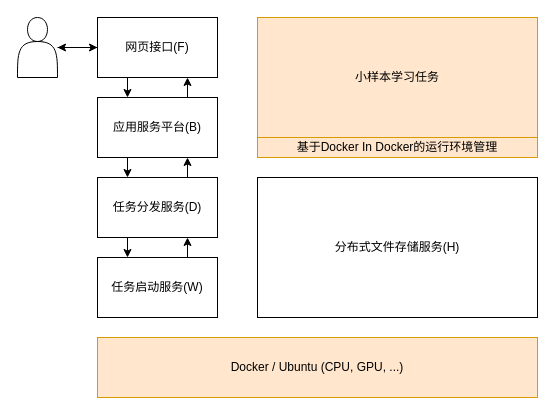
foreignbill/drawio keeps this draw.io diagram as structure.drawio. Above is the earlier version. Source tidied: cells renumbered, new cells numbered last; positions are measured from the earlier drawing's top-left corner, leaving out a move shared by most shapes. Both pictures are drawn from the tidied source at 100%, with x=0, y=0 at pixel (17, 17).
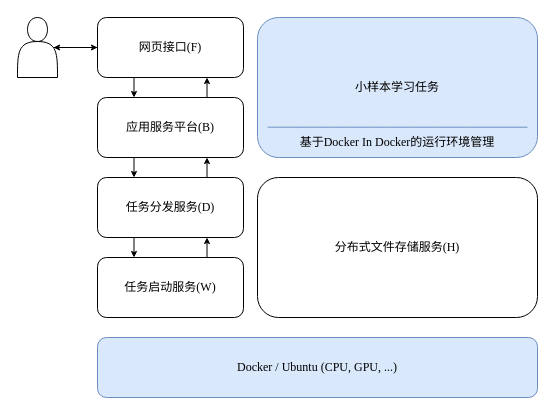
The same page after the edit.

Unchanged cells that the change refers to:
```xml
<mxCell id="3" style="shape=actor;whiteSpace=wrap;html=1;" parent="1" vertex="1">
  <mxGeometry width="40" height="60" as="geometry" />
</mxCell>
```

Change to the diagram source:
```diff
@@
-    <mxCell id="2" style="edgeStyle=orthogonalEdgeStyle;rounded=0;jettySize=auto;html=1;" parent="1" edge="1" source="3" target="6">
+    <mxCell id="2" style="edgeStyle=orthogonalEdgeStyle;curved=1;rounded=0;jettySize=auto;html=1;exitX=0.9;exitY=0.5;exitDx=0;exitDy=0;exitPerimeter=0;entryX=0;entryY=0.5;entryDx=0;entryDy=0;fontFamily=Times New Roman;fontSize=12;startSize=4;endSize=4;" parent="1" edge="1" source="3" target="6">
       <mxGeometry relative="1" as="geometry" />
     </mxCell>
@@
+    <mxCell id="5" style="edgeStyle=orthogonalEdgeStyle;rounded=0;jettySize=auto;html=1;exitX=0.25;exitY=1;exitDx=0;exitDy=0;entryX=0.25;entryY=0;entryDx=0;entryDy=0;fontSize=12;endSize=4;startSize=4;" parent="1" edge="1" source="6" target="9">
+      <mxGeometry relative="1" as="geometry" />
+    </mxCell>
-    <mxCell id="4" style="edgeStyle=orthogonalEdgeStyle;rounded=0;jettySize=auto;html=1;" parent="1" edge="1" source="6" target="3">
+    <mxCell id="4" style="edgeStyle=orthogonalEdgeStyle;curved=1;rounded=0;jettySize=auto;html=1;exitX=0;exitY=0.5;exitDx=0;exitDy=0;entryX=0.9;entryY=0.5;entryDx=0;entryDy=0;entryPerimeter=0;fontFamily=Times New Roman;fontSize=12;startSize=4;endSize=4;" parent="1" edge="1" source="6" target="3">
       <mxGeometry relative="1" as="geometry" />
     </mxCell>
-    <mxCell id="5" style="edgeStyle=orthogonalEdgeStyle;rounded=0;jettySize=auto;html=1;exitX=0.25;exitY=1;exitDx=0;exitDy=0;entryX=0.25;entryY=0;entryDx=0;entryDy=0;fontSize=12;" parent="1" edge="1" source="6" target="9">
-      <mxGeometry relative="1" as="geometry" />
-    </mxCell>
-    <mxCell id="6" value="网页接口(F)" style="rounded=0;whiteSpace=wrap;html=1;" parent="1" vertex="1">
-      <mxGeometry x="80" width="120" height="60" as="geometry" />
+    <mxCell id="6" value="网页接口(F)" style="rounded=1;whiteSpace=wrap;html=1;fontFamily=Times New Roman;" parent="1" vertex="1">
+      <mxGeometry x="80" width="146" height="60" as="geometry" />
     </mxCell>
-    <mxCell id="7" style="edgeStyle=orthogonalEdgeStyle;rounded=0;jettySize=auto;html=1;exitX=0.75;exitY=0;exitDx=0;exitDy=0;entryX=0.75;entryY=1;entryDx=0;entryDy=0;fontSize=12;" parent="1" edge="1" source="9" target="6">
+    <mxCell id="7" style="edgeStyle=orthogonalEdgeStyle;rounded=0;jettySize=auto;html=1;exitX=0.75;exitY=0;exitDx=0;exitDy=0;entryX=0.75;entryY=1;entryDx=0;entryDy=0;fontSize=12;endSize=4;startSize=4;" parent="1" edge="1" source="9" target="6">
       <mxGeometry relative="1" as="geometry" />
     </mxCell>
-    <mxCell id="8" style="edgeStyle=orthogonalEdgeStyle;rounded=0;jettySize=auto;html=1;exitX=0.25;exitY=1;exitDx=0;exitDy=0;entryX=0.25;entryY=0;entryDx=0;entryDy=0;fontSize=12;" parent="1" edge="1" source="9" target="12">
+    <mxCell id="8" style="edgeStyle=orthogonalEdgeStyle;rounded=0;jettySize=auto;html=1;exitX=0.25;exitY=1;exitDx=0;exitDy=0;entryX=0.25;entryY=0;entryDx=0;entryDy=0;fontSize=12;endSize=4;startSize=4;" parent="1" edge="1" source="9" target="12">
       <mxGeometry relative="1" as="geometry" />
     </mxCell>
-    <mxCell id="9" value="应用服务平台(B)" style="rounded=0;whiteSpace=wrap;html=1;" parent="1" vertex="1">
-      <mxGeometry x="80" y="80" width="120" height="60" as="geometry" />
+    <mxCell id="9" value="应用服务平台(B)" style="rounded=1;whiteSpace=wrap;html=1;fontFamily=Times New Roman;" parent="1" vertex="1">
+      <mxGeometry x="80" y="80" width="146" height="60" as="geometry" />
     </mxCell>
-    <mxCell id="10" style="edgeStyle=orthogonalEdgeStyle;rounded=0;jettySize=auto;html=1;exitX=0.75;exitY=0;exitDx=0;exitDy=0;entryX=0.75;entryY=1;entryDx=0;entryDy=0;fontSize=12;" parent="1" edge="1" source="12" target="9">
+    <mxCell id="10" style="edgeStyle=orthogonalEdgeStyle;rounded=0;jettySize=auto;html=1;exitX=0.75;exitY=0;exitDx=0;exitDy=0;entryX=0.75;entryY=1;entryDx=0;entryDy=0;fontSize=12;endSize=4;startSize=4;" parent="1" edge="1" source="12" target="9">
       <mxGeometry relative="1" as="geometry" />
     </mxCell>
-    <mxCell id="11" style="edgeStyle=orthogonalEdgeStyle;rounded=0;jettySize=auto;html=1;exitX=0.25;exitY=1;exitDx=0;exitDy=0;entryX=0.25;entryY=0;entryDx=0;entryDy=0;fontSize=12;" parent="1" edge="1" source="12" target="15">
+    <mxCell id="11" style="edgeStyle=orthogonalEdgeStyle;rounded=0;jettySize=auto;html=1;exitX=0.25;exitY=1;exitDx=0;exitDy=0;entryX=0.25;entryY=0;entryDx=0;entryDy=0;fontSize=12;endSize=4;startSize=4;" parent="1" edge="1" source="12" target="15">
       <mxGeometry relative="1" as="geometry" />
     </mxCell>
-    <mxCell id="12" value="任务分发服务(D)" style="rounded=0;whiteSpace=wrap;html=1;" parent="1" vertex="1">
-      <mxGeometry x="80" y="160" width="120" height="60" as="geometry" />
+    <mxCell id="12" value="任务分发服务(D)" style="rounded=1;whiteSpace=wrap;html=1;fontFamily=Times New Roman;" parent="1" vertex="1">
+      <mxGeometry x="80" y="160" width="146" height="60" as="geometry" />
     </mxCell>
-    <mxCell id="13" value="分布式文件存储服务(H)" style="rounded=0;whiteSpace=wrap;html=1;" parent="1" vertex="1">
+    <mxCell id="13" value="分布式文件存储服务(H)" style="rounded=1;whiteSpace=wrap;html=1;fontFamily=Times New Roman;" parent="1" vertex="1">
       <mxGeometry x="240" y="160" width="280" height="140" as="geometry" />
     </mxCell>
-    <mxCell id="14" style="edgeStyle=orthogonalEdgeStyle;rounded=0;jettySize=auto;html=1;exitX=0.75;exitY=0;exitDx=0;exitDy=0;entryX=0.75;entryY=1;entryDx=0;entryDy=0;fontSize=12;" parent="1" edge="1" source="15" target="12">
+    <mxCell id="14" style="edgeStyle=orthogonalEdgeStyle;rounded=0;jettySize=auto;html=1;exitX=0.75;exitY=0;exitDx=0;exitDy=0;entryX=0.75;entryY=1;entryDx=0;entryDy=0;fontSize=12;endSize=4;startSize=4;" parent="1" edge="1" source="15" target="12">
       <mxGeometry relative="1" as="geometry" />
     </mxCell>
-    <mxCell id="15" value="任务启动服务(W)" style="rounded=0;whiteSpace=wrap;html=1;" parent="1" vertex="1">
-      <mxGeometry x="80" y="240" width="120" height="60" as="geometry" />
+    <mxCell id="15" value="任务启动服务(W)" style="rounded=1;whiteSpace=wrap;html=1;fontFamily=Times New Roman;" parent="1" vertex="1">
+      <mxGeometry x="80" y="240" width="146" height="60" as="geometry" />
     </mxCell>
-    <mxCell id="16" value="Docker / Ubuntu (CPU, GPU, ...)" style="rounded=0;whiteSpace=wrap;html=1;fillColor=#ffe6cc;strokeColor=#d79b00;" parent="1" vertex="1">
+    <mxCell id="16" value="Docker / Ubuntu (CPU, GPU, ...)" style="rounded=1;whiteSpace=wrap;html=1;fillColor=#dae8fc;strokeColor=#6c8ebf;fontFamily=Times New Roman;" parent="1" vertex="1">
       <mxGeometry x="80" y="320" width="440" height="60" as="geometry" />
     </mxCell>
-    <mxCell id="17" value="小样本学习任务" style="rounded=0;whiteSpace=wrap;html=1;fillColor=#ffe6cc;strokeColor=#d79b00;" parent="1" vertex="1">
-      <mxGeometry x="240" width="280" height="120" as="geometry" />
+    <mxCell id="17" value="小样本学习任务" style="rounded=1;whiteSpace=wrap;html=1;fillColor=#dae8fc;strokeColor=#6c8ebf;fontFamily=Times New Roman;" parent="1" vertex="1">
+      <mxGeometry x="240" width="280" height="140" as="geometry" />
     </mxCell>
+    <mxCell id="19" style="endArrow=none;html=1;rounded=0;fontFamily=Times New Roman;fontSize=12;startSize=3;endSize=3;curved=1;fillColor=#dae8fc;strokeColor=#6c8ebf;" parent="1" edge="1">
+      <mxGeometry relative="1" as="geometry">
+        <mxPoint x="250" y="109.7" as="sourcePoint" />
+        <mxPoint x="510" y="109.7" as="targetPoint" />
+      </mxGeometry>
+    </mxCell>
-    <mxCell id="18" value="基于Docker In Docker的运行环境管理" style="rounded=0;whiteSpace=wrap;html=1;shadow=0;glass=0;sketch=0;fillColor=#ffe6cc;strokeColor=#d79b00;" parent="1" vertex="1">
-      <mxGeometry x="240" y="120" width="280" height="20" as="geometry" />
+    <mxCell id="18" value="&lt;span style=&quot;&quot;&gt;基于Docker In Docker的运行环境管理&lt;/span&gt;" style="text;html=1;strokeColor=none;fillColor=none;align=center;verticalAlign=middle;whiteSpace=wrap;rounded=0;fontFamily=Times New Roman;fontSize=12;" parent="1" vertex="1">
+      <mxGeometry x="245" y="110" width="270" height="30" as="geometry" />
     </mxCell>
```
